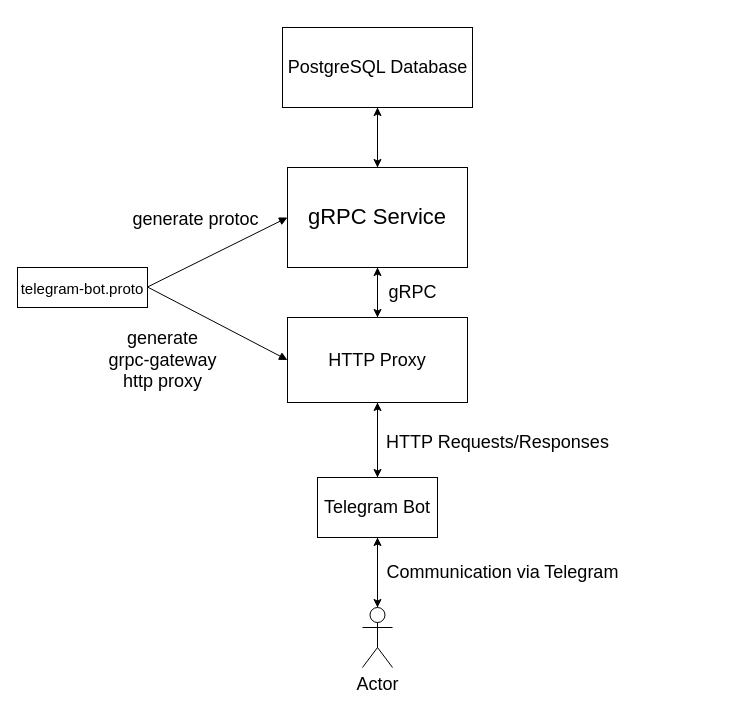
Before: docs/concept.drawio in fadeevdev/chgk-telegram, a draw.io diagram. Source tidied: cells renumbered, new cells numbered last; positions are measured from the earlier drawing's top-left corner, leaving out a move shared by most shapes. Both pictures are drawn from the tidied source at 100%, with x=0, y=0 at pixel (17, 27).
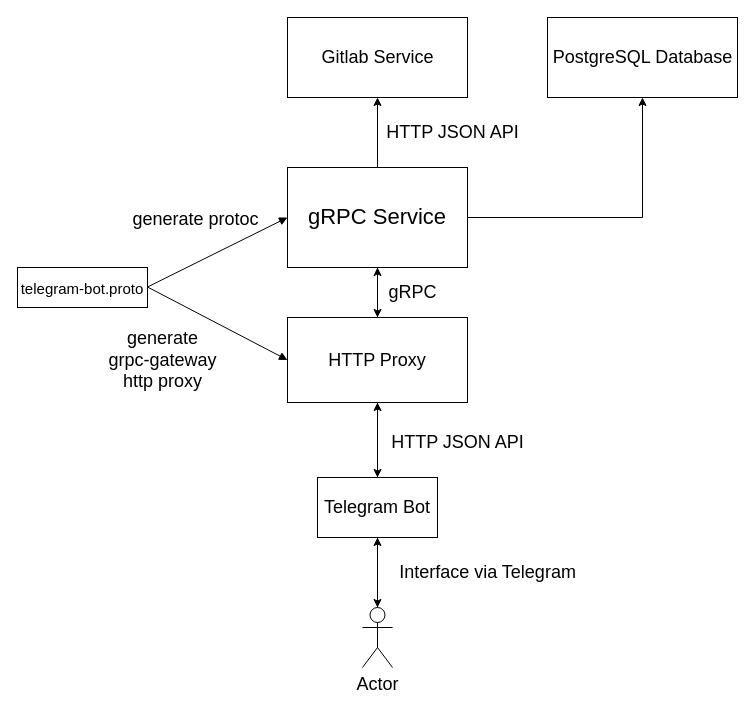
The same page after the edit.

Commit message (it also covers changes not shown here):
implementation concept

The change refers to these unchanged cells:
```xml
<mxCell id="4" value="&lt;font style=&quot;font-size: 22px&quot;&gt;gRPC Service&lt;/font&gt;" style="rounded=0;whiteSpace=wrap;html=1;" parent="1" vertex="1">
  <mxGeometry x="270" y="140" width="180" height="100" as="geometry" />
</mxCell>
```

Diff of the diagram source:
```diff
@@
+    <mxCell id="21" style="edgeStyle=orthogonalEdgeStyle;rounded=0;jettySize=auto;html=1;entryX=0.5;entryY=1;entryDx=0;entryDy=0;fontSize=18;" parent="1" edge="1" source="4" target="22">
+      <mxGeometry relative="1" as="geometry" />
+    </mxCell>
@@
-    <mxCell id="14" value="HTTP Requests/Responses" style="text;html=1;align=center;verticalAlign=middle;strokeColor=none;fillColor=none;fontSize=18;" parent="1" vertex="1">
-      <mxGeometry x="360" y="400" width="240" height="30" as="geometry" />
+    <mxCell id="14" value="HTTP JSON API" style="text;html=1;align=center;verticalAlign=middle;strokeColor=none;fillColor=none;fontSize=18;" parent="1" vertex="1">
+      <mxGeometry x="365" y="400" width="150" height="30" as="geometry" />
     </mxCell>
-    <mxCell id="15" value="Communication via Telegram" style="text;html=1;align=center;verticalAlign=middle;strokeColor=none;fillColor=none;fontSize=18;" parent="1" vertex="1">
-      <mxGeometry x="360" y="530" width="250" height="30" as="geometry" />
+    <mxCell id="15" value="Interface via Telegram" style="text;html=1;align=center;verticalAlign=middle;strokeColor=none;fillColor=none;fontSize=18;" parent="1" vertex="1">
+      <mxGeometry x="375" y="530" width="190" height="30" as="geometry" />
     </mxCell>
@@
-    <mxCell id="18" style="edgeStyle=orthogonalEdgeStyle;rounded=0;jettySize=auto;html=1;fontSize=18;" parent="1" edge="1" source="19">
-      <mxGeometry relative="1" as="geometry">
-        <mxPoint x="360" y="140" as="targetPoint" />
-      </mxGeometry>
-    </mxCell>
     <mxCell id="19" value="PostgreSQL Database" style="html=1;fontSize=18;" parent="1" vertex="1">
-      <mxGeometry x="265" width="190" height="80" as="geometry" />
+      <mxGeometry x="530" y="-10" width="190" height="80" as="geometry" />
     </mxCell>
@@
+    <mxCell id="22" value="Gitlab Service" style="html=1;fontSize=18;" parent="1" vertex="1">
+      <mxGeometry x="270" y="-10" width="180" height="80" as="geometry" />
+    </mxCell>
+    <mxCell id="23" value="HTTP JSON API" style="text;html=1;align=center;verticalAlign=middle;strokeColor=none;fillColor=none;fontSize=18;" parent="1" vertex="1">
+      <mxGeometry x="360" y="90" width="150" height="30" as="geometry" />
+    </mxCell>
```
